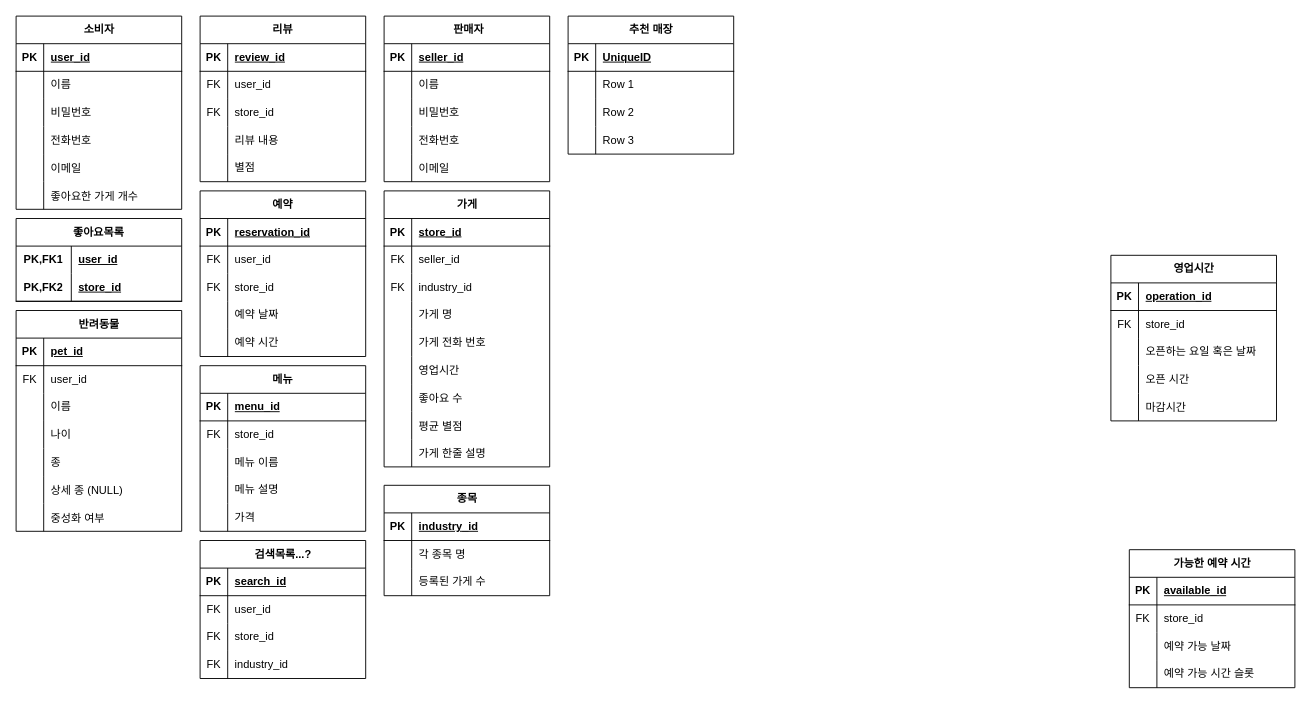
This is test.drawio from dkwkckzk/data_test, a draw.io file, before an edit. Source tidied: cells renumbered, new cells numbered last; positions are measured from the earlier drawing's top-left corner, leaving out a move shared by most shapes. Both pictures are drawn from the tidied source at 92%, with x=0, y=0 at pixel (16, 16).
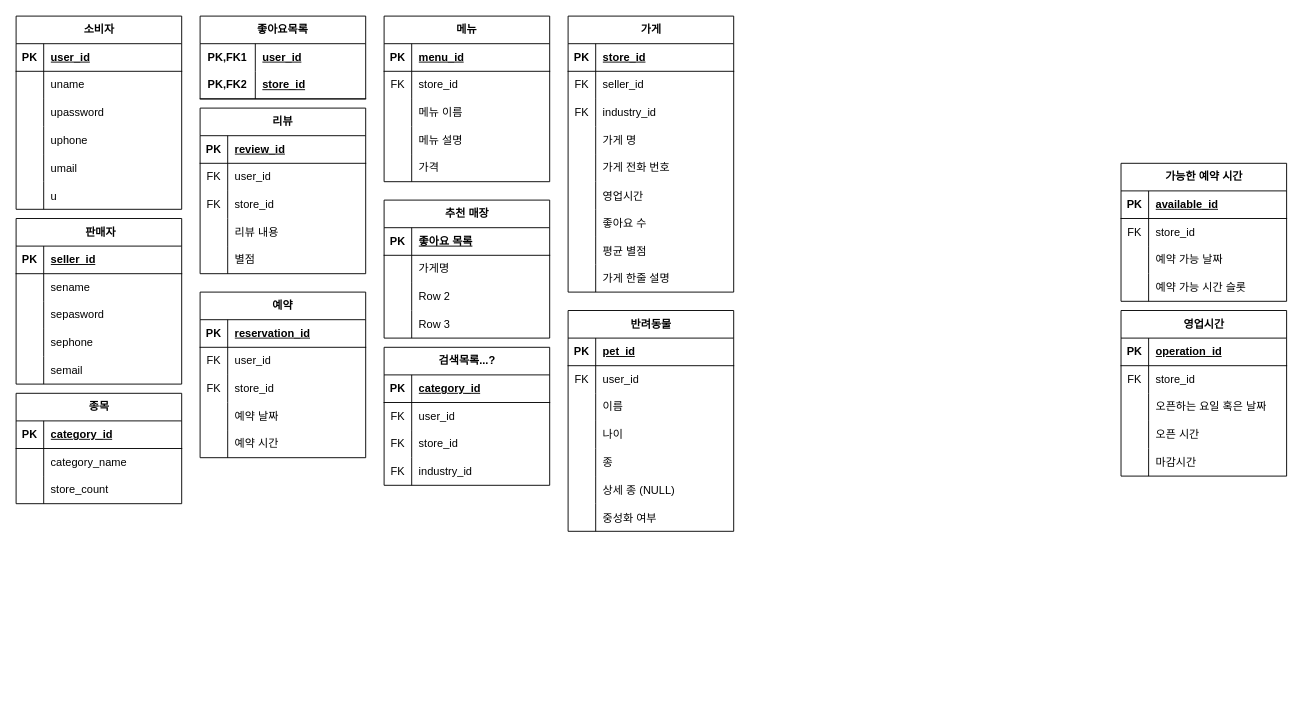
The same diagram, later.

The change refers to these unchanged cells:
```xml
<mxCell id="6" style="shape=tableRow;horizontal=0;startSize=0;swimlaneHead=0;swimlaneBody=0;fillColor=none;top=0;left=0;right=0;bottom=0;" parent="2" vertex="1">
  <mxGeometry y="60" width="180" height="30" as="geometry" />
</mxCell>
<mxCell id="9" style="shape=tableRow;horizontal=0;startSize=0;swimlaneHead=0;swimlaneBody=0;fillColor=none;top=0;left=0;right=0;bottom=0;" parent="2" vertex="1">
  <mxGeometry y="90" width="180" height="30" as="geometry" />
</mxCell>
<mxCell id="12" style="shape=tableRow;horizontal=0;startSize=0;swimlaneHead=0;swimlaneBody=0;fillColor=none;top=0;left=0;right=0;bottom=0;" parent="2" vertex="1">
  <mxGeometry y="120" width="180" height="30" as="geometry" />
</mxCell>
<mxCell id="15" style="shape=tableRow;horizontal=0;startSize=0;swimlaneHead=0;swimlaneBody=0;fillColor=none;top=0;left=0;right=0;bottom=0;" parent="2" vertex="1">
  <mxGeometry y="150" width="180" height="30" as="geometry" />
</mxCell>
<mxCell id="18" style="shape=tableRow;horizontal=0;startSize=0;swimlaneHead=0;swimlaneBody=0;fillColor=none;top=0;left=0;right=0;bottom=0;" parent="2" vertex="1">
  <mxGeometry y="180" width="180" height="30" as="geometry" />
</mxCell>
<mxCell id="25" style="shape=tableRow;horizontal=0;startSize=0;swimlaneHead=0;swimlaneBody=0;fillColor=none;top=0;left=0;right=0;bottom=0;" parent="21" vertex="1">
  <mxGeometry y="60" width="180" height="30" as="geometry" />
</mxCell>
<mxCell id="28" style="shape=tableRow;horizontal=0;startSize=0;swimlaneHead=0;swimlaneBody=0;fillColor=none;top=0;left=0;right=0;bottom=0;" parent="21" vertex="1">
  <mxGeometry y="90" width="180" height="30" as="geometry" />
</mxCell>
<mxCell id="31" style="shape=tableRow;horizontal=0;startSize=0;swimlaneHead=0;swimlaneBody=0;fillColor=none;top=0;left=0;right=0;bottom=0;" parent="21" vertex="1">
  <mxGeometry y="120" width="180" height="30" as="geometry" />
</mxCell>
<mxCell id="34" style="shape=tableRow;horizontal=0;startSize=0;swimlaneHead=0;swimlaneBody=0;fillColor=none;top=0;left=0;right=0;bottom=0;" parent="21" vertex="1">
  <mxGeometry y="150" width="180" height="30" as="geometry" />
</mxCell>
<mxCell id="120" style="shape=tableRow;horizontal=0;startSize=0;swimlaneHead=0;swimlaneBody=0;fillColor=none;top=0;left=0;right=0;bottom=1;" parent="119" vertex="1">
  <mxGeometry y="30" width="180" height="30" as="geometry" />
</mxCell>
<mxCell id="123" style="shape=tableRow;horizontal=0;startSize=0;swimlaneHead=0;swimlaneBody=0;fillColor=none;top=0;left=0;right=0;bottom=0;" parent="119" vertex="1">
  <mxGeometry y="60" width="180" height="30" as="geometry" />
</mxCell>
<mxCell id="126" style="shape=tableRow;horizontal=0;startSize=0;swimlaneHead=0;swimlaneBody=0;fillColor=none;top=0;left=0;right=0;bottom=0;" parent="119" vertex="1">
  <mxGeometry y="90" width="180" height="30" as="geometry" />
</mxCell>
<mxCell id="153" style="shape=tableRow;horizontal=0;startSize=0;swimlaneHead=0;swimlaneBody=0;fillColor=none;top=0;left=0;right=0;bottom=1;" parent="152" vertex="1">
  <mxGeometry y="30" width="180" height="30" as="geometry" />
</mxCell>
<mxCell id="195" style="shape=tableRow;horizontal=0;startSize=0;swimlaneHead=0;swimlaneBody=0;fillColor=none;top=0;left=0;right=0;bottom=1;" parent="194" vertex="1">
  <mxGeometry y="30" width="180" height="30" as="geometry" />
</mxCell>
<mxCell id="198" style="shape=tableRow;horizontal=0;startSize=0;swimlaneHead=0;swimlaneBody=0;fillColor=none;top=0;left=0;right=0;bottom=0;" parent="194" vertex="1">
  <mxGeometry y="60" width="180" height="30" as="geometry" />
</mxCell>
```

The edit, as a diff of the source:
```diff
@@
-    <mxCell id="8" value="이름&lt;span style=&quot;white-space: pre;&quot;&gt;&#9;&lt;/span&gt;" style="shape=partialRectangle;fillColor=none;top=0;left=0;bottom=0;right=0;align=left;spacingLeft=6;overflow=hidden;whiteSpace=wrap;html=1;" parent="6" vertex="1">
+    <mxCell id="8" value="uname" style="shape=partialRectangle;fillColor=none;top=0;left=0;bottom=0;right=0;align=left;spacingLeft=6;overflow=hidden;whiteSpace=wrap;html=1;" parent="6" vertex="1">
       <mxGeometry x="30" width="150" height="30" as="geometry" />
     </mxCell>
@@
-    <mxCell id="11" value="비밀번호" style="shape=partialRectangle;fillColor=none;top=0;left=0;bottom=0;right=0;align=left;spacingLeft=6;overflow=hidden;whiteSpace=wrap;html=1;" parent="9" vertex="1">
+    <mxCell id="11" value="upassword" style="shape=partialRectangle;fillColor=none;top=0;left=0;bottom=0;right=0;align=left;spacingLeft=6;overflow=hidden;whiteSpace=wrap;html=1;" parent="9" vertex="1">
       <mxGeometry x="30" width="150" height="30" as="geometry" />
     </mxCell>
@@
-    <mxCell id="14" value="전화번호&amp;nbsp;" style="shape=partialRectangle;fillColor=none;top=0;left=0;bottom=0;right=0;align=left;spacingLeft=6;overflow=hidden;whiteSpace=wrap;html=1;" parent="12" vertex="1">
+    <mxCell id="14" value="uphone" style="shape=partialRectangle;fillColor=none;top=0;left=0;bottom=0;right=0;align=left;spacingLeft=6;overflow=hidden;whiteSpace=wrap;html=1;" parent="12" vertex="1">
       <mxGeometry x="30" width="150" height="30" as="geometry" />
     </mxCell>
@@
-    <mxCell id="17" value="이메일" style="shape=partialRectangle;fillColor=none;top=0;left=0;bottom=0;right=0;align=left;spacingLeft=6;overflow=hidden;" parent="15" vertex="1">
+    <mxCell id="17" value="umail" style="shape=partialRectangle;fillColor=none;top=0;left=0;bottom=0;right=0;align=left;spacingLeft=6;overflow=hidden;" parent="15" vertex="1">
       <mxGeometry x="30" width="150" height="30" as="geometry" />
     </mxCell>
@@
-    <mxCell id="20" value="좋아요한 가게 개수" style="shape=partialRectangle;fillColor=none;top=0;left=0;bottom=0;right=0;align=left;spacingLeft=6;overflow=hidden;" parent="18" vertex="1">
+    <mxCell id="20" value="u" style="shape=partialRectangle;fillColor=none;top=0;left=0;bottom=0;right=0;align=left;spacingLeft=6;overflow=hidden;" parent="18" vertex="1">
       <mxGeometry x="30" width="150" height="30" as="geometry" />
     </mxCell>
     <mxCell id="21" value="&amp;nbsp;판매자" style="shape=table;startSize=30;childLayout=tableLayout;rowLines=0;fontStyle=1;align=center;html=1;" parent="1" vertex="1">
-      <mxGeometry x="400" width="180" height="180" as="geometry" />
+      <mxGeometry y="220" width="180" height="180" as="geometry" />
     </mxCell>
@@
-    <mxCell id="27" value="이름&amp;nbsp;" style="shape=partialRectangle;fillColor=none;top=0;left=0;bottom=0;right=0;align=left;spacingLeft=6;overflow=hidden;whiteSpace=wrap;html=1;" parent="25" vertex="1">
+    <mxCell id="27" value="sename" style="shape=partialRectangle;fillColor=none;top=0;left=0;bottom=0;right=0;align=left;spacingLeft=6;overflow=hidden;whiteSpace=wrap;html=1;" parent="25" vertex="1">
       <mxGeometry x="30" width="150" height="30" as="geometry" />
     </mxCell>
@@
-    <mxCell id="30" value="비밀번호" style="shape=partialRectangle;fillColor=none;top=0;left=0;bottom=0;right=0;align=left;spacingLeft=6;overflow=hidden;whiteSpace=wrap;html=1;" parent="28" vertex="1">
+    <mxCell id="30" value="sepasword" style="shape=partialRectangle;fillColor=none;top=0;left=0;bottom=0;right=0;align=left;spacingLeft=6;overflow=hidden;whiteSpace=wrap;html=1;" parent="28" vertex="1">
       <mxGeometry x="30" width="150" height="30" as="geometry" />
     </mxCell>
@@
-    <mxCell id="33" value="전화번호" style="shape=partialRectangle;fillColor=none;top=0;left=0;bottom=0;right=0;align=left;spacingLeft=6;overflow=hidden;whiteSpace=wrap;html=1;" parent="31" vertex="1">
+    <mxCell id="33" value="sephone" style="shape=partialRectangle;fillColor=none;top=0;left=0;bottom=0;right=0;align=left;spacingLeft=6;overflow=hidden;whiteSpace=wrap;html=1;" parent="31" vertex="1">
       <mxGeometry x="30" width="150" height="30" as="geometry" />
     </mxCell>
@@
-    <mxCell id="36" value="이메일" style="shape=partialRectangle;fillColor=none;top=0;left=0;bottom=0;right=0;align=left;spacingLeft=6;overflow=hidden;" parent="34" vertex="1">
+    <mxCell id="36" value="semail" style="shape=partialRectangle;fillColor=none;top=0;left=0;bottom=0;right=0;align=left;spacingLeft=6;overflow=hidden;" parent="34" vertex="1">
       <mxGeometry x="30" width="150" height="30" as="geometry" />
     </mxCell>
     <mxCell id="37" value="반려동물" style="shape=table;startSize=30;childLayout=tableLayout;rowLines=0;fontStyle=1;align=center;html=1;" parent="1" vertex="1">
-      <mxGeometry y="320" width="180" height="240" as="geometry" />
+      <mxGeometry x="600" y="320" width="180" height="240" as="geometry" />
     </mxCell>
@@
     <mxCell id="59" value="리뷰" style="shape=table;startSize=30;childLayout=tableLayout;rowLines=0;fontStyle=1;align=center;html=1;whiteSpace=wrap;" parent="1" vertex="1">
-      <mxGeometry x="200" width="180" height="180" as="geometry" />
+      <mxGeometry x="200" y="100" width="180" height="180" as="geometry" />
     </mxCell>
@@
     <mxCell id="75" value="가게" style="shape=table;startSize=30;childLayout=tableLayout;rowLines=0;fontStyle=1;align=center;html=1;" parent="1" vertex="1">
-      <mxGeometry x="400" y="190" width="180" height="300" as="geometry" />
+      <mxGeometry x="600" width="180" height="300" as="geometry" />
     </mxCell>
@@
     <mxCell id="103" value="예약" style="shape=table;startSize=30;childLayout=tableLayout;rowLines=0;fontStyle=1;align=center;html=1;whiteSpace=wrap;" parent="1" vertex="1">
-      <mxGeometry x="200" y="190" width="180" height="180" as="geometry" />
+      <mxGeometry x="200" y="300" width="180" height="180" as="geometry" />
     </mxCell>
@@
     <mxCell id="119" value="종목" style="shape=table;startSize=30;childLayout=tableLayout;rowLines=0;fontStyle=1;align=center;html=1;" parent="1" vertex="1">
-      <mxGeometry x="400" y="510" width="180" height="120" as="geometry" />
+      <mxGeometry y="410" width="180" height="120" as="geometry" />
     </mxCell>
@@
-    <mxCell id="122" value="industry_id" style="shape=partialRectangle;fillColor=none;top=0;left=0;bottom=0;right=0;align=left;spacingLeft=6;fontStyle=5;overflow=hidden;whiteSpace=wrap;html=1;" parent="120" vertex="1">
+    <mxCell id="122" value="category_id" style="shape=partialRectangle;fillColor=none;top=0;left=0;bottom=0;right=0;align=left;spacingLeft=6;fontStyle=5;overflow=hidden;whiteSpace=wrap;html=1;" parent="120" vertex="1">
       <mxGeometry x="30" width="150" height="30" as="geometry" />
     </mxCell>
@@
-    <mxCell id="125" value="각 종목 명" style="shape=partialRectangle;fillColor=none;top=0;left=0;bottom=0;right=0;align=left;spacingLeft=6;overflow=hidden;whiteSpace=wrap;html=1;" parent="123" vertex="1">
+    <mxCell id="125" value="category_name" style="shape=partialRectangle;fillColor=none;top=0;left=0;bottom=0;right=0;align=left;spacingLeft=6;overflow=hidden;whiteSpace=wrap;html=1;" parent="123" vertex="1">
       <mxGeometry x="30" width="150" height="30" as="geometry" />
     </mxCell>
@@
-    <mxCell id="128" value="등록된 가게 수" style="shape=partialRectangle;fillColor=none;top=0;left=0;bottom=0;right=0;align=left;spacingLeft=6;overflow=hidden;whiteSpace=wrap;html=1;" parent="126" vertex="1">
+    <mxCell id="128" value="store_count" style="shape=partialRectangle;fillColor=none;top=0;left=0;bottom=0;right=0;align=left;spacingLeft=6;overflow=hidden;whiteSpace=wrap;html=1;" parent="126" vertex="1">
       <mxGeometry x="30" width="150" height="30" as="geometry" />
     </mxCell>
     <mxCell id="129" value="메뉴" style="shape=table;startSize=30;childLayout=tableLayout;rowLines=0;fontStyle=1;align=center;html=1;whiteSpace=wrap;" parent="1" vertex="1">
-      <mxGeometry x="200" y="380" width="180" height="180" as="geometry" />
+      <mxGeometry x="400" width="180" height="180" as="geometry" />
     </mxCell>
@@
     <mxCell id="145" value="좋아요목록" style="shape=table;startSize=30;childLayout=tableLayout;rowLines=0;fontStyle=1;align=center;html=1;whiteSpace=wrap;" parent="1" vertex="1">
-      <mxGeometry y="220" width="180" height="90" as="geometry" />
+      <mxGeometry x="200" width="180" height="90" as="geometry" />
     </mxCell>
@@
     <mxCell id="152" value="검색목록...?" style="shape=table;startSize=30;childLayout=tableLayout;rowLines=0;fontStyle=1;align=center;html=1;" parent="1" vertex="1">
-      <mxGeometry x="200" y="570" width="180" height="150" as="geometry" />
+      <mxGeometry x="400" y="360" width="180" height="150" as="geometry" />
     </mxCell>
@@
-    <mxCell id="155" value="search_id" style="shape=partialRectangle;fillColor=none;top=0;left=0;bottom=0;right=0;align=left;spacingLeft=6;fontStyle=5;overflow=hidden;whiteSpace=wrap;html=1;" parent="153" vertex="1">
+    <mxCell id="155" value="category_id" style="shape=partialRectangle;fillColor=none;top=0;left=0;bottom=0;right=0;align=left;spacingLeft=6;fontStyle=5;overflow=hidden;whiteSpace=wrap;html=1;" parent="153" vertex="1">
       <mxGeometry x="30" width="150" height="30" as="geometry" />
     </mxCell>
@@
     <mxCell id="165" value="영업시간" style="shape=table;startSize=30;childLayout=tableLayout;rowLines=0;fontStyle=1;align=center;html=1;" parent="1" vertex="1">
-      <mxGeometry x="1190" y="260" width="180" height="180" as="geometry" />
+      <mxGeometry x="1201" y="320" width="180" height="180" as="geometry" />
     </mxCell>
@@
     <mxCell id="181" value="가능한 예약 시간" style="shape=table;startSize=30;childLayout=tableLayout;rowLines=0;fontStyle=1;align=center;html=1;" parent="1" vertex="1">
-      <mxGeometry x="1210" y="580" width="180" height="150" as="geometry" />
+      <mxGeometry x="1201" y="160" width="180" height="150" as="geometry" />
     </mxCell>
@@
     <mxCell id="194" value="추천 매장" style="shape=table;startSize=30;childLayout=tableLayout;rowLines=0;fontStyle=1;align=center;html=1;" parent="1" vertex="1">
-      <mxGeometry x="600" width="180" height="150" as="geometry" />
+      <mxGeometry x="400" y="200" width="180" height="150" as="geometry" />
     </mxCell>
@@
-    <mxCell id="197" value="UniqueID" style="shape=partialRectangle;fillColor=none;top=0;left=0;bottom=0;right=0;align=left;spacingLeft=6;fontStyle=5;overflow=hidden;whiteSpace=wrap;html=1;" parent="195" vertex="1">
+    <mxCell id="197" value="좋아요 목록" style="shape=partialRectangle;fillColor=none;top=0;left=0;bottom=0;right=0;align=left;spacingLeft=6;fontStyle=5;overflow=hidden;whiteSpace=wrap;html=1;" parent="195" vertex="1">
       <mxGeometry x="30" width="150" height="30" as="geometry" />
     </mxCell>
@@
-    <mxCell id="200" value="Row 1" style="shape=partialRectangle;fillColor=none;top=0;left=0;bottom=0;right=0;align=left;spacingLeft=6;overflow=hidden;whiteSpace=wrap;html=1;" parent="198" vertex="1">
+    <mxCell id="200" value="가게명" style="shape=partialRectangle;fillColor=none;top=0;left=0;bottom=0;right=0;align=left;spacingLeft=6;overflow=hidden;whiteSpace=wrap;html=1;" parent="198" vertex="1">
       <mxGeometry x="30" width="150" height="30" as="geometry" />
     </mxCell>
```
